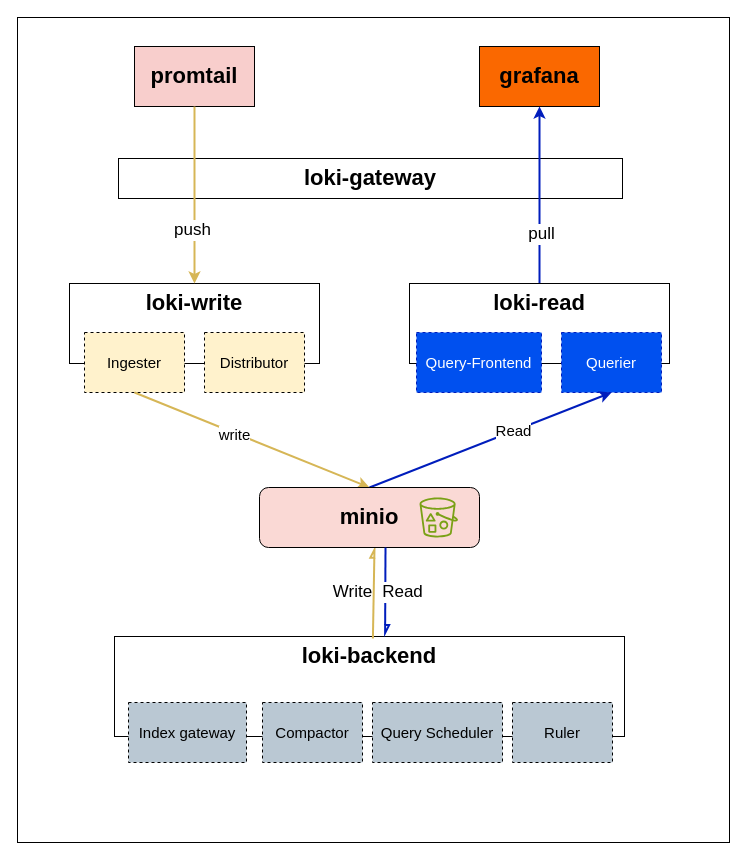
Before: loki-simple-scalable.drawio in naren4b/loki-app, a draw.io diagram. Source tidied: cells renumbered, new cells numbered last; positions are measured from the earlier drawing's top-left corner, leaving out a move shared by most shapes. Both pictures are drawn from the tidied source at 100%, with x=0, y=0 at pixel (17, 17).
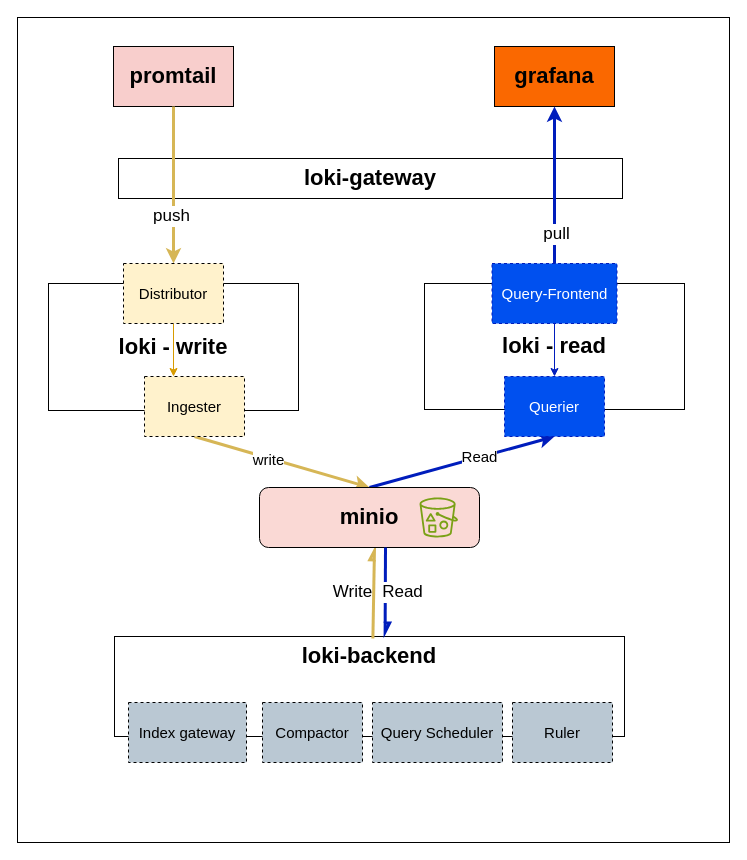
The same page after the edit.

Unchanged cells that the change refers to:
```xml
<mxCell id="29" value="minio&lt;br style=&quot;font-size: 22px;&quot;&gt;" style="rounded=1;whiteSpace=wrap;html=1;fontSize=22;fillColor=#fad9d5;strokeColor=#000000;fontStyle=1;" parent="1" vertex="1">
  <mxGeometry x="242" y="470" width="220" height="60" as="geometry" />
</mxCell>
```

The edit, as a diff of the source:
```diff
@@
+    <mxCell id="9" value="loki - write" style="rounded=0;whiteSpace=wrap;html=1;fontSize=22;verticalAlign=middle;fontStyle=1;strokeColor=#000000;fillColor=none;" parent="1" vertex="1">
+      <mxGeometry x="31" y="266" width="250" height="127" as="geometry" />
+    </mxCell>
+    <mxCell id="33" style="edgeStyle=orthogonalEdgeStyle;rounded=0;jettySize=auto;html=1;exitX=0.5;exitY=1;exitDx=0;exitDy=0;fillColor=#ffe6cc;strokeColor=#d79b00;flowAnimation=1;" parent="1" edge="1" source="11">
+      <mxGeometry relative="1" as="geometry">
+        <mxPoint x="156" y="359" as="targetPoint" />
+      </mxGeometry>
+    </mxCell>
@@
     <mxCell id="4" value="promtail" style="rounded=0;whiteSpace=wrap;html=1;fontSize=22;fillColor=#f8cecc;strokeColor=#000000;fontStyle=1;" parent="1" vertex="1">
-      <mxGeometry x="117" y="29" width="120" height="60" as="geometry" />
+      <mxGeometry x="96" y="29" width="120" height="60" as="geometry" />
     </mxCell>
     <mxCell id="5" value="grafana" style="rounded=0;whiteSpace=wrap;html=1;fontSize=22;fillColor=#fa6800;fontColor=#000000;strokeColor=#000000;fontStyle=1;" parent="1" vertex="1">
-      <mxGeometry x="462" y="29" width="120" height="60" as="geometry" />
+      <mxGeometry x="477" y="29" width="120" height="60" as="geometry" />
     </mxCell>
-    <mxCell id="6" style="edgeStyle=orthogonalEdgeStyle;rounded=0;jettySize=auto;html=1;entryX=0.5;entryY=1;entryDx=0;entryDy=0;strokeWidth=2;strokeColor=#001DBC;flowAnimation=1;fillColor=#0050ef;" parent="1" edge="1" source="14" target="5">
+    <mxCell id="6" style="edgeStyle=orthogonalEdgeStyle;rounded=0;jettySize=auto;html=1;entryX=0.5;entryY=1;entryDx=0;entryDy=0;strokeWidth=3;strokeColor=#001DBC;flowAnimation=1;fillColor=#0050ef;" parent="1" edge="1" source="14" target="5">
       <mxGeometry relative="1" as="geometry" />
     </mxCell>
@@
-    <mxCell id="8" style="group;fontStyle=1;strokeColor=none;" parent="1" vertex="1">
-      <mxGeometry x="52" y="266" width="250" height="120" as="geometry" />
-    </mxCell>
-    <mxCell id="9" value="loki-write" style="rounded=0;whiteSpace=wrap;html=1;fontSize=22;verticalAlign=top;fontStyle=1;strokeColor=#000000;" parent="8" vertex="1">
-      <mxGeometry width="250" height="80" as="geometry" />
-    </mxCell>
-    <mxCell id="10" value="Ingester" style="rounded=0;whiteSpace=wrap;html=1;fillColor=#fff2cc;strokeColor=#000000;dashed=1;fontSize=15;" parent="8" vertex="1">
-      <mxGeometry x="15" y="49" width="100" height="60" as="geometry" />
-    </mxCell>
-    <mxCell id="11" value="Distributor" style="rounded=0;whiteSpace=wrap;html=1;fillColor=#fff2cc;strokeColor=#000000;dashed=1;fontSize=15;" parent="8" vertex="1">
-      <mxGeometry x="135" y="49" width="100" height="60" as="geometry" />
-    </mxCell>
-    <mxCell id="12" value="&lt;font style=&quot;font-size: 17px;&quot;&gt;push&lt;/font&gt;" style="edgeStyle=orthogonalEdgeStyle;rounded=0;jettySize=auto;html=1;exitX=0.5;exitY=1;exitDx=0;exitDy=0;strokeWidth=2;strokeColor=#d6b656;flowAnimation=1;fillColor=#fff2cc;" parent="1" edge="1" source="4" target="9">
+    <mxCell id="12" value="&lt;font style=&quot;font-size: 17px;&quot;&gt;push&lt;/font&gt;" style="edgeStyle=orthogonalEdgeStyle;rounded=0;jettySize=auto;html=1;exitX=0.5;exitY=1;exitDx=0;exitDy=0;strokeWidth=3;strokeColor=#d6b656;flowAnimation=1;fillColor=#fff2cc;entryX=0.5;entryY=0;entryDx=0;entryDy=0;" parent="1" edge="1" source="4" target="11">
       <mxGeometry x="0.4" y="-2" relative="1" as="geometry" />
     </mxCell>
-    <mxCell id="13" style="group;strokeColor=none;" parent="1" vertex="1">
-      <mxGeometry x="392" y="266" width="260" height="120" as="geometry" />
-    </mxCell>
-    <mxCell id="14" value="loki-read" style="rounded=0;whiteSpace=wrap;html=1;fontSize=22;verticalAlign=top;fontStyle=1;strokeColor=#000000;" parent="13" vertex="1">
-      <mxGeometry width="260" height="80" as="geometry" />
-    </mxCell>
-    <mxCell id="15" value="Query-Frontend" style="rounded=0;whiteSpace=wrap;html=1;fillColor=#0050ef;strokeColor=#001DBC;dashed=1;fontColor=#ffffff;fontSize=15;" parent="13" vertex="1">
-      <mxGeometry x="7" y="49" width="125" height="60" as="geometry" />
-    </mxCell>
-    <mxCell id="16" value="Querier" style="rounded=0;whiteSpace=wrap;html=1;fillColor=#0050ef;strokeColor=#001DBC;dashed=1;fontColor=#ffffff;fontSize=15;" parent="13" vertex="1">
-      <mxGeometry x="152" y="49" width="100" height="60" as="geometry" />
-    </mxCell>
@@
-    <mxCell id="23" style="rounded=0;jettySize=auto;html=1;exitX=0.5;exitY=1;exitDx=0;exitDy=0;entryX=0.5;entryY=0;entryDx=0;entryDy=0;strokeWidth=2;strokeColor=#d6b656;flowAnimation=1;fillColor=#fff2cc;" parent="1" edge="1" source="10" target="29">
+    <mxCell id="23" style="rounded=0;jettySize=auto;html=1;exitX=0.5;exitY=1;exitDx=0;exitDy=0;entryX=0.5;entryY=0;entryDx=0;entryDy=0;strokeWidth=3;strokeColor=#d6b656;flowAnimation=1;fillColor=#fff2cc;" parent="1" edge="1" source="10" target="29">
       <mxGeometry relative="1" as="geometry" />
     </mxCell>
@@
-    <mxCell id="25" style="rounded=0;jettySize=auto;html=1;exitX=0.5;exitY=0;exitDx=0;exitDy=0;entryX=0.5;entryY=1;entryDx=0;entryDy=0;strokeWidth=2;strokeColor=#001DBC;flowAnimation=1;fillColor=#0050ef;" parent="1" edge="1" source="29" target="16">
+    <mxCell id="25" style="rounded=0;jettySize=auto;html=1;exitX=0.5;exitY=0;exitDx=0;exitDy=0;entryX=0.5;entryY=1;entryDx=0;entryDy=0;strokeWidth=3;strokeColor=#001DBC;flowAnimation=1;fillColor=#0050ef;" parent="1" edge="1" source="29" target="16">
       <mxGeometry relative="1" as="geometry" />
     </mxCell>
@@
-    <mxCell id="27" style="rounded=0;orthogonalLoop=1;jettySize=auto;html=1;exitX=0.389;exitY=0.02;exitDx=0;exitDy=0;strokeWidth=2;strokeColor=#d6b656;flowAnimation=1;entryX=0.25;entryY=1;entryDx=0;entryDy=0;exitPerimeter=0;endArrow=async;endFill=0;fillColor=#fff2cc;" parent="1" edge="1">
+    <mxCell id="27" style="rounded=0;orthogonalLoop=1;jettySize=auto;html=1;exitX=0.389;exitY=0.02;exitDx=0;exitDy=0;strokeWidth=3;strokeColor=#d6b656;flowAnimation=1;entryX=0.25;entryY=1;entryDx=0;entryDy=0;exitPerimeter=0;endArrow=async;endFill=0;fillColor=#fff2cc;" parent="1" edge="1">
       <mxGeometry relative="1" as="geometry">
         <mxPoint x="355.4" y="621" as="sourcePoint" />
         <mxPoint x="357" y="530" as="targetPoint" />
       </mxGeometry>
     </mxCell>
@@
-    <mxCell id="31" style="rounded=0;orthogonalLoop=1;jettySize=auto;html=1;exitX=0.75;exitY=1;exitDx=0;exitDy=0;strokeWidth=2;strokeColor=#001DBC;flowAnimation=1;entryX=0.607;entryY=-0.012;entryDx=0;entryDy=0;entryPerimeter=0;endArrow=async;endFill=0;fillColor=#0050ef;" parent="1" edge="1">
+    <mxCell id="31" style="rounded=0;orthogonalLoop=1;jettySize=auto;html=1;exitX=0.75;exitY=1;exitDx=0;exitDy=0;strokeWidth=3;strokeColor=#001DBC;flowAnimation=1;entryX=0.607;entryY=-0.012;entryDx=0;entryDy=0;entryPerimeter=0;endArrow=async;endFill=0;fillColor=#0050ef;" parent="1" edge="1">
       <mxGeometry relative="1" as="geometry">
         <mxPoint x="368" y="530" as="sourcePoint" />
         <mxPoint x="367.6" y="617.8" as="targetPoint" />
       </mxGeometry>
     </mxCell>
@@
+    <mxCell id="10" value="Ingester" style="rounded=0;whiteSpace=wrap;html=1;fillColor=#fff2cc;strokeColor=#000000;dashed=1;fontSize=15;" parent="1" vertex="1">
+      <mxGeometry x="127" y="359" width="100" height="60" as="geometry" />
+    </mxCell>
+    <mxCell id="11" value="Distributor" style="rounded=0;whiteSpace=wrap;html=1;fillColor=#fff2cc;strokeColor=#000000;dashed=1;fontSize=15;" parent="1" vertex="1">
+      <mxGeometry x="106" y="246" width="100" height="60" as="geometry" />
+    </mxCell>
+    <mxCell id="14" value="loki - read" style="rounded=0;whiteSpace=wrap;html=1;fontSize=22;verticalAlign=middle;fontStyle=1;strokeColor=#000000;fillColor=none;" parent="1" vertex="1">
+      <mxGeometry x="407" y="266" width="260" height="126" as="geometry" />
+    </mxCell>
+    <mxCell id="34" style="edgeStyle=orthogonalEdgeStyle;rounded=0;jettySize=auto;html=1;exitX=0.5;exitY=1;exitDx=0;exitDy=0;fillColor=#0050ef;strokeColor=#001DBC;flowAnimation=1;" parent="1" edge="1" source="15" target="16">
+      <mxGeometry relative="1" as="geometry" />
+    </mxCell>
+    <mxCell id="15" value="Query-Frontend" style="rounded=0;whiteSpace=wrap;html=1;fillColor=#0050ef;strokeColor=#001DBC;dashed=1;fontColor=#ffffff;fontSize=15;" parent="1" vertex="1">
+      <mxGeometry x="474.5" y="246" width="125" height="60" as="geometry" />
+    </mxCell>
+    <mxCell id="16" value="Querier" style="rounded=0;whiteSpace=wrap;html=1;fillColor=#0050ef;strokeColor=#001DBC;dashed=1;fontColor=#ffffff;fontSize=15;" parent="1" vertex="1">
+      <mxGeometry x="487" y="359" width="100" height="60" as="geometry" />
+    </mxCell>
```
